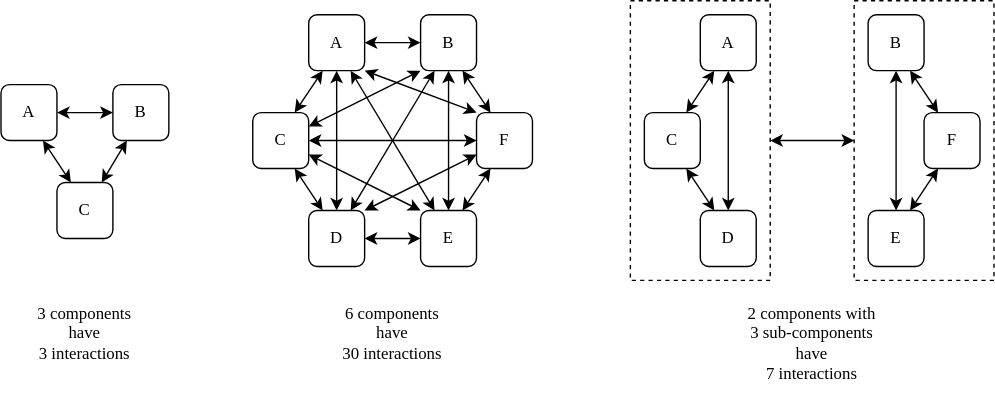
Before: docs/intro/complexity.svg, a diagram exported from draw.io (gvwilson/sdxpy). Source tidied: cells renumbered, new cells last; positions are measured from the earlier drawing's top-left corner, leaving out a move shared by most shapes.
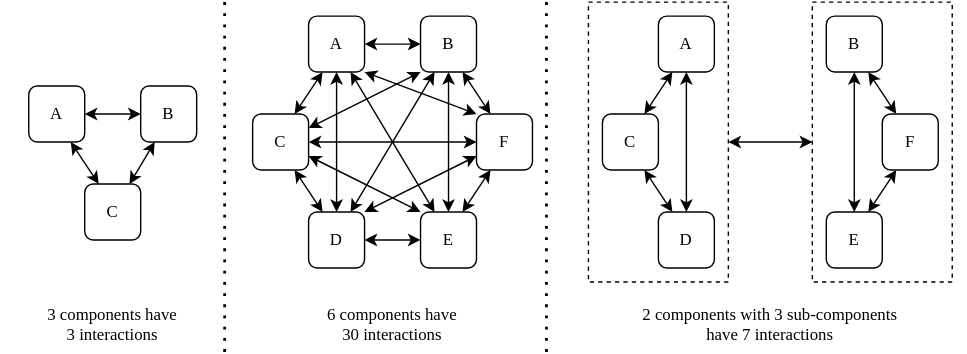
Above is the later version.

Commit message:
fix: resize syllabus diagram to fit page

Change to the diagram source:
```diff
@@ -21,13 +21,13 @@
       <mxGeometry relative="1" as="geometry" />
     </mxCell>
     <mxCell id="8" value="A" style="rounded=1;whiteSpace=wrap;html=1;fillColor=none;fontFamily=Verdana;fontStyle=0;" parent="1" vertex="1">
-      <mxGeometry x="220" y="10" width="40" height="40" as="geometry" />
+      <mxGeometry x="200" y="10" width="40" height="40" as="geometry" />
     </mxCell>
     <mxCell id="9" value="B" style="rounded=1;whiteSpace=wrap;html=1;fillColor=none;fontFamily=Verdana;fontStyle=0;" parent="1" vertex="1">
-      <mxGeometry x="300" y="10" width="40" height="40" as="geometry" />
+      <mxGeometry x="280" y="10" width="40" height="40" as="geometry" />
     </mxCell>
     <mxCell id="10" value="C" style="rounded=1;whiteSpace=wrap;html=1;fillColor=none;fontFamily=Verdana;fontStyle=0;" parent="1" vertex="1">
-      <mxGeometry x="180" y="80" width="40" height="40" as="geometry" />
+      <mxGeometry x="160" y="80" width="40" height="40" as="geometry" />
     </mxCell>
     <mxCell id="11" style="endArrow=classic;startArrow=classic;html=1;rounded=0;exitX=0.25;exitY=1;exitDx=0;exitDy=0;entryX=0.75;entryY=0;entryDx=0;entryDy=0;fontFamily=Verdana;" parent="1" edge="1" source="8" target="10">
       <mxGeometry relative="1" as="geometry" />
@@ -39,13 +39,13 @@
       <mxGeometry relative="1" as="geometry" />
     </mxCell>
     <mxCell id="14" value="D" style="rounded=1;whiteSpace=wrap;html=1;fillColor=none;fontFamily=Verdana;fontStyle=0;" parent="1" vertex="1">
-      <mxGeometry x="220" y="150" width="40" height="40" as="geometry" />
+      <mxGeometry x="200" y="150" width="40" height="40" as="geometry" />
     </mxCell>
     <mxCell id="15" value="E" style="rounded=1;whiteSpace=wrap;html=1;fillColor=none;fontFamily=Verdana;fontStyle=0;" parent="1" vertex="1">
-      <mxGeometry x="300" y="150" width="40" height="40" as="geometry" />
+      <mxGeometry x="280" y="150" width="40" height="40" as="geometry" />
     </mxCell>
     <mxCell id="16" value="F" style="rounded=1;whiteSpace=wrap;html=1;fillColor=none;fontFamily=Verdana;fontStyle=0;" parent="1" vertex="1">
-      <mxGeometry x="340" y="80" width="40" height="40" as="geometry" />
+      <mxGeometry x="320" y="80" width="40" height="40" as="geometry" />
     </mxCell>
     <mxCell id="17" style="endArrow=classic;startArrow=classic;html=1;rounded=0;entryX=0.75;entryY=1;entryDx=0;entryDy=0;exitX=0.25;exitY=0;exitDx=0;exitDy=0;fontFamily=Verdana;" parent="1" edge="1" source="14" target="10">
       <mxGeometry relative="1" as="geometry" />
@@ -84,13 +84,13 @@
       <mxGeometry relative="1" as="geometry" />
     </mxCell>
     <mxCell id="29" value="A" style="rounded=1;whiteSpace=wrap;html=1;fillColor=none;fontFamily=Verdana;fontStyle=0;" parent="1" vertex="1">
-      <mxGeometry x="500" y="10" width="40" height="40" as="geometry" />
+      <mxGeometry x="450" y="10" width="40" height="40" as="geometry" />
     </mxCell>
     <mxCell id="30" value="B" style="rounded=1;whiteSpace=wrap;html=1;fillColor=none;fontFamily=Verdana;fontStyle=0;" parent="1" vertex="1">
-      <mxGeometry x="620" y="10" width="40" height="40" as="geometry" />
+      <mxGeometry x="570" y="10" width="40" height="40" as="geometry" />
     </mxCell>
     <mxCell id="31" value="C" style="rounded=1;whiteSpace=wrap;html=1;fillColor=none;fontFamily=Verdana;fontStyle=0;" parent="1" vertex="1">
-      <mxGeometry x="460" y="80" width="40" height="40" as="geometry" />
+      <mxGeometry x="410" y="80" width="40" height="40" as="geometry" />
     </mxCell>
     <mxCell id="32" style="endArrow=classic;startArrow=classic;html=1;rounded=0;exitX=0.25;exitY=1;exitDx=0;exitDy=0;entryX=0.75;entryY=0;entryDx=0;entryDy=0;fontFamily=Verdana;" parent="1" edge="1" source="29" target="31">
       <mxGeometry relative="1" as="geometry" />
@@ -99,13 +99,13 @@
       <mxGeometry relative="1" as="geometry" />
     </mxCell>
     <mxCell id="34" value="D" style="rounded=1;whiteSpace=wrap;html=1;fillColor=none;fontFamily=Verdana;fontStyle=0;" parent="1" vertex="1">
-      <mxGeometry x="500" y="150" width="40" height="40" as="geometry" />
+      <mxGeometry x="450" y="150" width="40" height="40" as="geometry" />
     </mxCell>
     <mxCell id="35" value="E" style="rounded=1;whiteSpace=wrap;html=1;fillColor=none;fontFamily=Verdana;fontStyle=0;" parent="1" vertex="1">
-      <mxGeometry x="620" y="150" width="40" height="40" as="geometry" />
+      <mxGeometry x="570" y="150" width="40" height="40" as="geometry" />
     </mxCell>
     <mxCell id="36" value="F" style="rounded=1;whiteSpace=wrap;html=1;fillColor=none;fontFamily=Verdana;fontStyle=0;" parent="1" vertex="1">
-      <mxGeometry x="660" y="80" width="40" height="40" as="geometry" />
+      <mxGeometry x="610" y="80" width="40" height="40" as="geometry" />
     </mxCell>
     <mxCell id="37" style="endArrow=classic;startArrow=classic;html=1;rounded=0;entryX=0.75;entryY=1;entryDx=0;entryDy=0;exitX=0.25;exitY=0;exitDx=0;exitDy=0;fontFamily=Verdana;" parent="1" edge="1" source="34" target="31">
       <mxGeometry relative="1" as="geometry" />
@@ -120,22 +120,33 @@
       <mxGeometry relative="1" as="geometry" />
     </mxCell>
     <mxCell id="41" style="rounded=0;whiteSpace=wrap;html=1;fillColor=none;dashed=1;fontFamily=Verdana;" parent="1" vertex="1">
-      <mxGeometry x="450" width="100" height="200" as="geometry" />
+      <mxGeometry x="400" width="100" height="200" as="geometry" />
     </mxCell>
     <mxCell id="42" style="rounded=0;whiteSpace=wrap;html=1;fillColor=none;dashed=1;fontFamily=Verdana;" parent="1" vertex="1">
-      <mxGeometry x="610" width="100" height="200" as="geometry" />
+      <mxGeometry x="560" width="100" height="200" as="geometry" />
     </mxCell>
     <mxCell id="43" style="endArrow=classic;startArrow=classic;html=1;rounded=0;entryX=0;entryY=0.5;entryDx=0;entryDy=0;exitX=1;exitY=0.5;exitDx=0;exitDy=0;fontFamily=Verdana;" parent="1" edge="1" source="41" target="42">
       <mxGeometry relative="1" as="geometry" />
     </mxCell>
-    <mxCell id="44" value="3 components&lt;br&gt;have&lt;br&gt;3 interactions" style="text;html=1;strokeColor=none;fillColor=none;align=center;verticalAlign=top;whiteSpace=wrap;rounded=0;fontFamily=Verdana;" parent="1" vertex="1">
-      <mxGeometry y="210" width="120" height="70" as="geometry" />
+    <mxCell id="44" value="3 components have&lt;br&gt;3 interactions" style="text;html=1;strokeColor=none;fillColor=none;align=center;verticalAlign=top;whiteSpace=wrap;rounded=0;fontFamily=Verdana;" parent="1" vertex="1">
+      <mxGeometry x="-20" y="210" width="160" height="40" as="geometry" />
     </mxCell>
-    <mxCell id="45" value="6 components&lt;br&gt;have&lt;br&gt;30 interactions" style="text;html=1;strokeColor=none;fillColor=none;align=center;verticalAlign=top;whiteSpace=wrap;rounded=0;fontFamily=Verdana;" parent="1" vertex="1">
-      <mxGeometry x="220" y="210" width="120" height="70" as="geometry" />
+    <mxCell id="45" value="6 components have&lt;br&gt;30 interactions" style="text;html=1;strokeColor=none;fillColor=none;align=center;verticalAlign=top;whiteSpace=wrap;rounded=0;fontFamily=Verdana;" parent="1" vertex="1">
+      <mxGeometry x="180" y="210" width="160" height="40" as="geometry" />
     </mxCell>
-    <mxCell id="46" value="2 components with&lt;br&gt;3 sub-components&lt;br&gt;have&lt;br&gt;7 interactions" style="text;html=1;strokeColor=none;fillColor=none;align=center;verticalAlign=top;whiteSpace=wrap;rounded=0;fontFamily=Verdana;" parent="1" vertex="1">
-      <mxGeometry x="520" y="210" width="120" height="70" as="geometry" />
+    <mxCell id="46" value="2 components with 3 sub-components&lt;br&gt;have 7 interactions" style="text;html=1;strokeColor=none;fillColor=none;align=center;verticalAlign=top;whiteSpace=wrap;rounded=0;fontFamily=Verdana;" parent="1" vertex="1">
+      <mxGeometry x="390" y="210" width="280" height="40" as="geometry" />
     </mxCell>
+    <mxCell id="47" style="endArrow=none;dashed=1;html=1;dashPattern=1 3;strokeWidth=2;rounded=0;exitX=1;exitY=1;exitDx=0;exitDy=0;" parent="1" edge="1" source="44">
+      <mxGeometry relative="1" as="geometry">
+        <mxPoint x="140" as="targetPoint" />
+      </mxGeometry>
+    </mxCell>
+    <mxCell id="48" style="endArrow=none;dashed=1;html=1;dashPattern=1 3;strokeWidth=2;rounded=0;exitX=1;exitY=1;exitDx=0;exitDy=0;" parent="1" edge="1">
+      <mxGeometry relative="1" as="geometry">
+        <mxPoint x="370" y="250" as="sourcePoint" />
+        <mxPoint x="370" as="targetPoint" />
+      </mxGeometry>
+    </mxCell>
   </root>
 </mxGraphModel>
```
